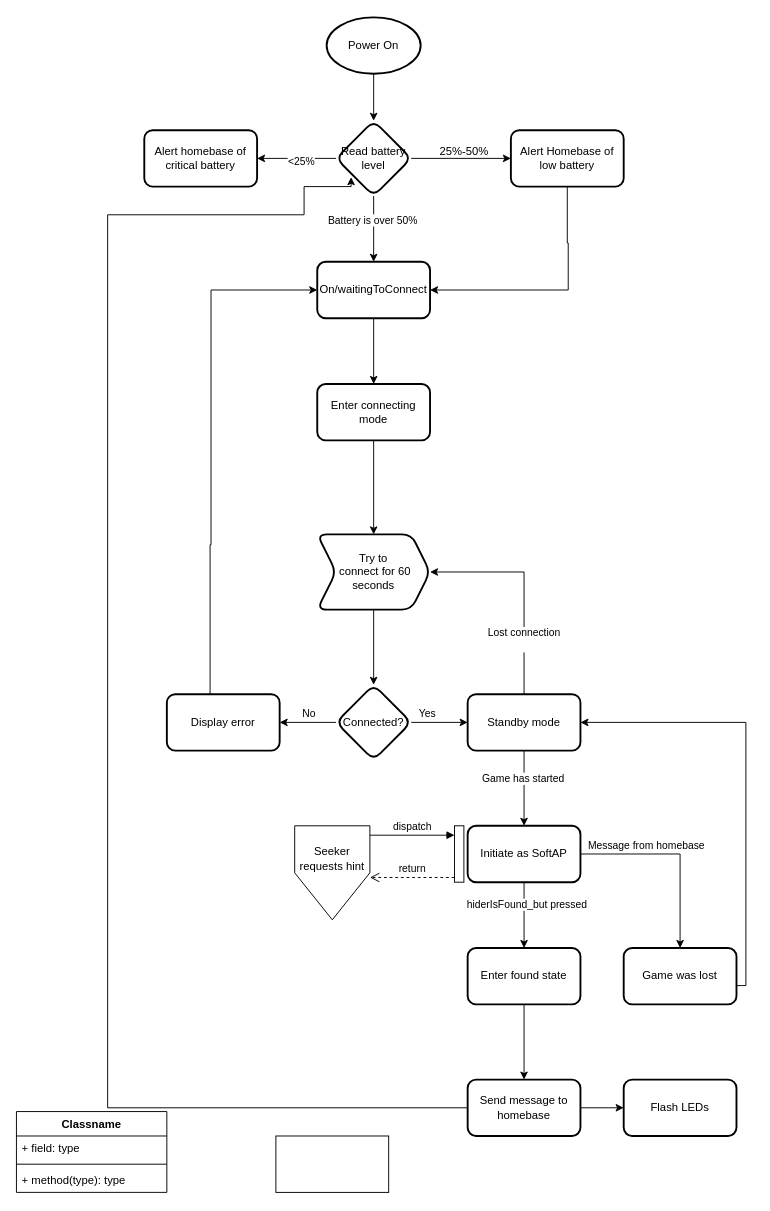
Earlier version of the draw.io diagram page "Page-2" (2 of 2) of Hide-Seek/Hide-Side-Data-Flow.drawio (JoshMuir/JoshMuir). Source tidied: cells renumbered, new cells numbered last; positions are measured from the earlier drawing's top-left corner, leaving out a move shared by most shapes. Both pictures are drawn from the tidied source at 94%, with x=0, y=0 at pixel (16, 17).
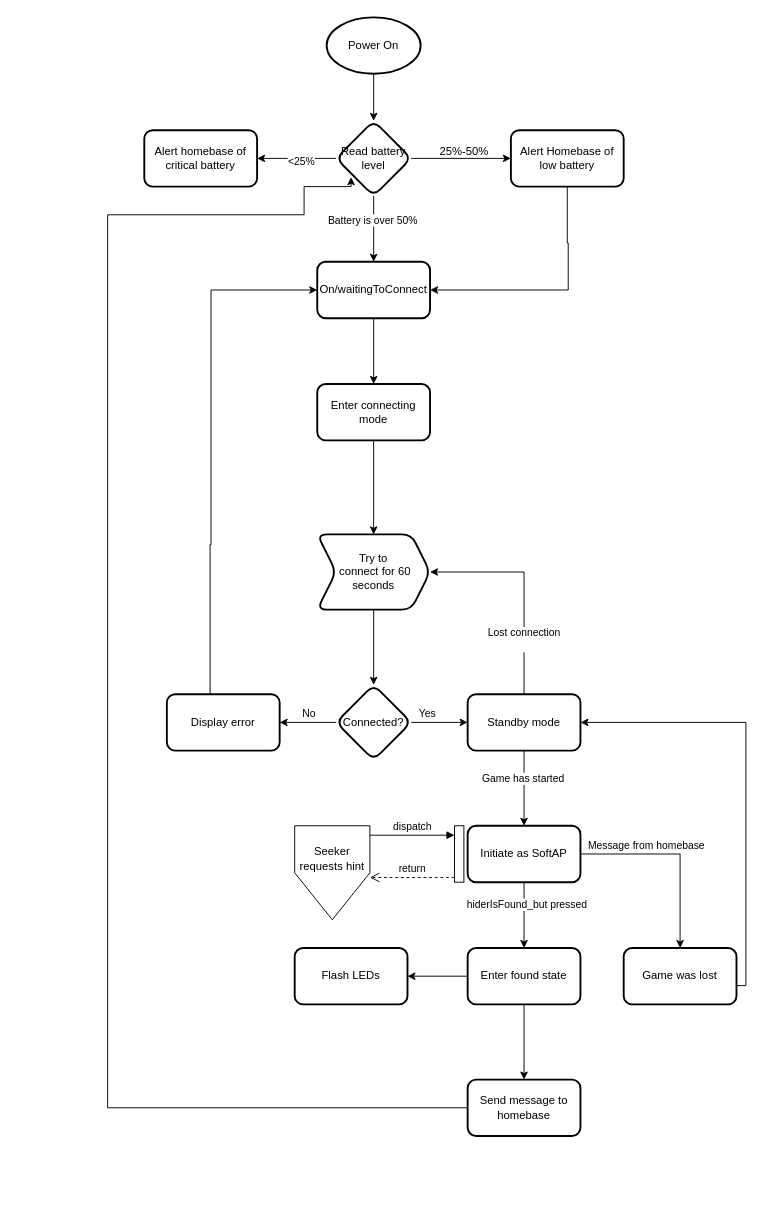
The same diagram, later.

Commit message:
clean seeker flowchart.drawio

Unchanged cells that the change refers to:
```xml
<mxCell id="46" value="Enter found state" style="whiteSpace=wrap;html=1;rounded=1;strokeWidth=2;" parent="1" vertex="1">
  <mxGeometry x="480" y="990" width="120" height="60" as="geometry" />
</mxCell>
<mxCell id="53" value="Send message to homebase" style="whiteSpace=wrap;html=1;rounded=1;strokeWidth=2;" parent="1" vertex="1">
  <mxGeometry x="480" y="1130" width="120" height="60" as="geometry" />
</mxCell>
```

What changed in the source:
```diff
@@
-    <mxCell id="37" style="whiteSpace=wrap;html=1;" parent="1" vertex="1">
-      <mxGeometry x="276" y="1190" width="120" height="60" as="geometry" />
-    </mxCell>
@@
+    <mxCell id="55" style="edgeStyle=orthogonalEdgeStyle;rounded=0;jettySize=auto;html=1;entryX=1;entryY=0.5;entryDx=0;entryDy=0;" parent="1" edge="1" source="46" target="54">
+      <mxGeometry relative="1" as="geometry" />
+    </mxCell>
@@
-    <mxCell id="47" value="Classname" style="swimlane;fontStyle=1;align=center;verticalAlign=top;horizontal=1;startSize=26;whiteSpace=wrap;html=1;" parent="1" vertex="1">
-      <mxGeometry y="1164" width="160" height="86" as="geometry" />
-    </mxCell>
-    <mxCell id="48" value="+ field: type" style="text;strokeColor=none;fillColor=none;align=left;verticalAlign=top;spacingLeft=4;spacingRight=4;overflow=hidden;whiteSpace=wrap;html=1;" parent="47" vertex="1">
-      <mxGeometry y="26" width="160" height="26" as="geometry" />
-    </mxCell>
-    <mxCell id="49" style="line;strokeWidth=1;fillColor=none;align=left;verticalAlign=middle;spacingTop=-1;spacingLeft=3;spacingRight=3;labelPosition=right;strokeColor=inherit;" parent="47" vertex="1">
-      <mxGeometry y="52" width="160" height="8" as="geometry" />
-    </mxCell>
-    <mxCell id="50" value="+ method(type): type" style="text;strokeColor=none;fillColor=none;align=left;verticalAlign=top;spacingLeft=4;spacingRight=4;overflow=hidden;whiteSpace=wrap;html=1;" parent="47" vertex="1">
-      <mxGeometry y="60" width="160" height="26" as="geometry" />
-    </mxCell>
-    <mxCell id="51" style="edgeStyle=orthogonalEdgeStyle;rounded=0;jettySize=auto;html=1;" parent="1" edge="1" source="53" target="54">
-      <mxGeometry relative="1" as="geometry" />
-    </mxCell>
@@
     <mxCell id="54" value="Flash LEDs" style="whiteSpace=wrap;html=1;rounded=1;strokeWidth=2;" parent="1" vertex="1">
-      <mxGeometry x="646" y="1130" width="120" height="60" as="geometry" />
+      <mxGeometry x="296" y="990" width="120" height="60" as="geometry" />
     </mxCell>
```
